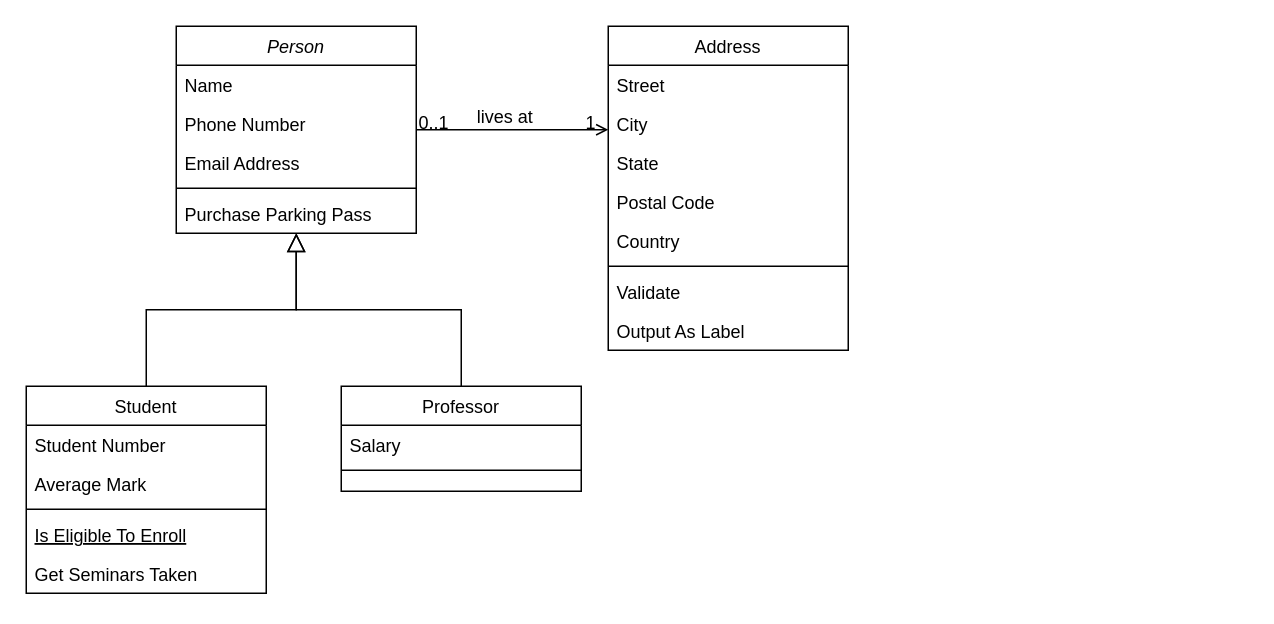
Above: Domain Class Diagram.drawio in Cwengii/NextRole (draw.io), before the change. Source tidied: cells renumbered, new cells numbered last; positions are measured from the earlier drawing's top-left corner, leaving out a move shared by most shapes. Both pictures are drawn from the tidied source at 150%, with x=0, y=0 at pixel (26, 26).
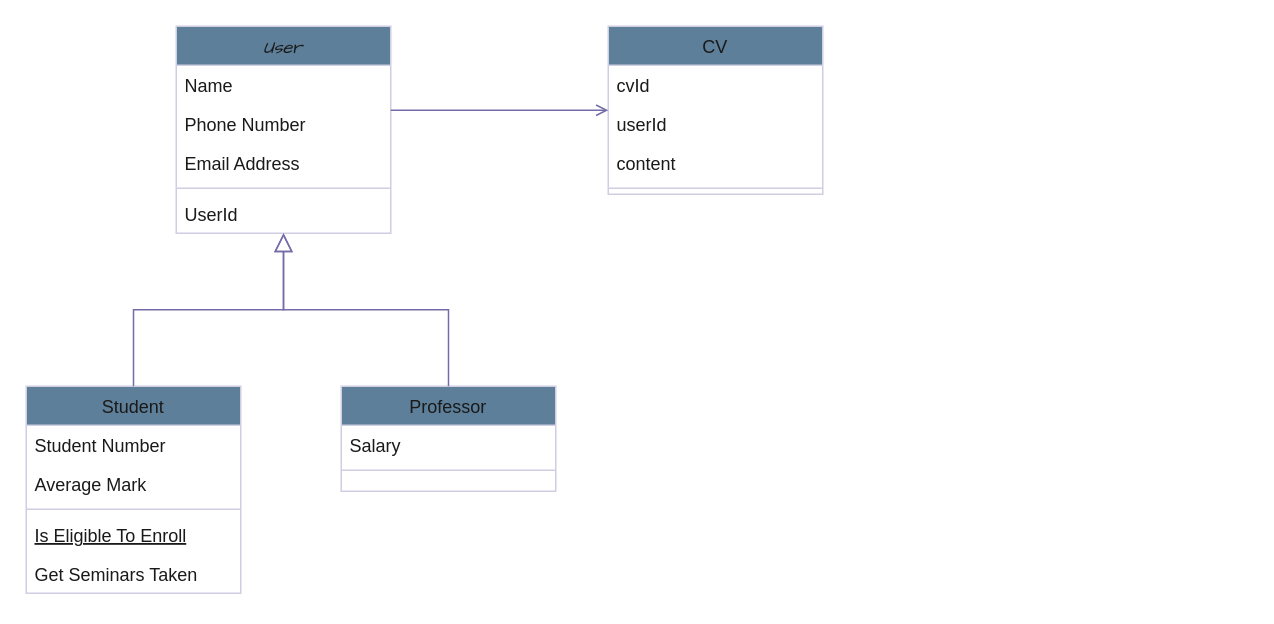
Above is the later version.

The edit, as a diff of the source:
```diff
@@
-    <mxCell id="2" value="Person" style="swimlane;fontStyle=2;align=center;verticalAlign=top;horizontal=1;startSize=26;rounded=0;shadow=0;strokeWidth=1;" parent="1" vertex="1">
-      <mxGeometry x="100" width="160" height="138" as="geometry" />
+    <mxCell id="2" value="User" style="swimlane;fontStyle=2;align=center;verticalAlign=top;horizontal=1;startSize=26;rounded=0;shadow=0;strokeWidth=1;labelBackgroundColor=none;fillColor=#5D7F99;strokeColor=#D0CEE2;fontColor=light-dark(#1A1A1A,#000000);fontFamily=Comic Sans MS;" parent="1" vertex="1">
+      <mxGeometry x="100" width="143" height="138" as="geometry" />
     </mxCell>
-    <mxCell id="3" value="Name" style="text;align=left;verticalAlign=top;spacingLeft=4;spacingRight=4;overflow=hidden;" parent="2" vertex="1">
-      <mxGeometry y="26" width="160" height="26" as="geometry" />
+    <mxCell id="3" value="Name" style="text;align=left;verticalAlign=top;spacingLeft=4;spacingRight=4;overflow=hidden;labelBackgroundColor=none;fontColor=#1A1A1A;" parent="2" vertex="1">
+      <mxGeometry y="26" width="143" height="26" as="geometry" />
     </mxCell>
-    <mxCell id="4" value="Phone Number" style="text;align=left;verticalAlign=top;spacingLeft=4;spacingRight=4;overflow=hidden;rounded=0;shadow=0;html=0;" parent="2" vertex="1">
-      <mxGeometry y="52" width="160" height="26" as="geometry" />
+    <mxCell id="4" value="Phone Number" style="text;align=left;verticalAlign=top;spacingLeft=4;spacingRight=4;overflow=hidden;rounded=0;shadow=0;html=0;labelBackgroundColor=none;fontColor=#1A1A1A;" parent="2" vertex="1">
+      <mxGeometry y="52" width="143" height="26" as="geometry" />
     </mxCell>
-    <mxCell id="5" value="Email Address" style="text;align=left;verticalAlign=top;spacingLeft=4;spacingRight=4;overflow=hidden;rounded=0;shadow=0;html=0;" parent="2" vertex="1">
-      <mxGeometry y="78" width="160" height="26" as="geometry" />
+    <mxCell id="5" value="Email Address" style="text;align=left;verticalAlign=top;spacingLeft=4;spacingRight=4;overflow=hidden;rounded=0;shadow=0;html=0;labelBackgroundColor=none;fontColor=#1A1A1A;" parent="2" vertex="1">
+      <mxGeometry y="78" width="143" height="26" as="geometry" />
     </mxCell>
-    <mxCell id="6" style="line;html=1;strokeWidth=1;align=left;verticalAlign=middle;spacingTop=-1;spacingLeft=3;spacingRight=3;labelPosition=right;" parent="2" vertex="1">
-      <mxGeometry y="104" width="160" height="8" as="geometry" />
+    <mxCell id="6" style="line;html=1;strokeWidth=1;align=left;verticalAlign=middle;spacingTop=-1;spacingLeft=3;spacingRight=3;labelPosition=right;labelBackgroundColor=none;fillColor=#5D7F99;strokeColor=#D0CEE2;fontColor=#1A1A1A;" parent="2" vertex="1">
+      <mxGeometry y="104" width="143" height="8" as="geometry" />
     </mxCell>
-    <mxCell id="7" value="Purchase Parking Pass" style="text;align=left;verticalAlign=top;spacingLeft=4;spacingRight=4;overflow=hidden;" parent="2" vertex="1">
-      <mxGeometry y="112" width="160" height="26" as="geometry" />
+    <mxCell id="7" value="UserId" style="text;align=left;verticalAlign=top;spacingLeft=4;spacingRight=4;overflow=hidden;labelBackgroundColor=none;fontColor=#1A1A1A;" parent="2" vertex="1">
+      <mxGeometry y="112" width="143" height="26" as="geometry" />
     </mxCell>
-    <mxCell id="8" value="Student" style="swimlane;fontStyle=0;align=center;verticalAlign=top;horizontal=1;startSize=26;rounded=0;shadow=0;strokeWidth=1;" parent="1" vertex="1">
-      <mxGeometry y="240" width="160" height="138" as="geometry" />
+    <mxCell id="8" value="Student" style="swimlane;fontStyle=0;align=center;verticalAlign=top;horizontal=1;startSize=26;rounded=0;shadow=0;strokeWidth=1;labelBackgroundColor=none;fillColor=#5D7F99;strokeColor=#D0CEE2;fontColor=#1A1A1A;" parent="1" vertex="1">
+      <mxGeometry y="240" width="143" height="138" as="geometry" />
     </mxCell>
-    <mxCell id="9" value="Student Number" style="text;align=left;verticalAlign=top;spacingLeft=4;spacingRight=4;overflow=hidden;" parent="8" vertex="1">
-      <mxGeometry y="26" width="160" height="26" as="geometry" />
+    <mxCell id="9" value="Student Number" style="text;align=left;verticalAlign=top;spacingLeft=4;spacingRight=4;overflow=hidden;labelBackgroundColor=none;fontColor=#1A1A1A;" parent="8" vertex="1">
+      <mxGeometry y="26" width="143" height="26" as="geometry" />
     </mxCell>
-    <mxCell id="10" value="Average Mark" style="text;align=left;verticalAlign=top;spacingLeft=4;spacingRight=4;overflow=hidden;rounded=0;shadow=0;html=0;" parent="8" vertex="1">
-      <mxGeometry y="52" width="160" height="26" as="geometry" />
+    <mxCell id="10" value="Average Mark" style="text;align=left;verticalAlign=top;spacingLeft=4;spacingRight=4;overflow=hidden;rounded=0;shadow=0;html=0;labelBackgroundColor=none;fontColor=#1A1A1A;" parent="8" vertex="1">
+      <mxGeometry y="52" width="143" height="26" as="geometry" />
     </mxCell>
-    <mxCell id="11" style="line;html=1;strokeWidth=1;align=left;verticalAlign=middle;spacingTop=-1;spacingLeft=3;spacingRight=3;labelPosition=right;" parent="8" vertex="1">
-      <mxGeometry y="78" width="160" height="8" as="geometry" />
+    <mxCell id="11" style="line;html=1;strokeWidth=1;align=left;verticalAlign=middle;spacingTop=-1;spacingLeft=3;spacingRight=3;labelPosition=right;labelBackgroundColor=none;fillColor=#5D7F99;strokeColor=#D0CEE2;fontColor=#1A1A1A;" parent="8" vertex="1">
+      <mxGeometry y="78" width="143" height="8" as="geometry" />
     </mxCell>
-    <mxCell id="12" value="Is Eligible To Enroll" style="text;align=left;verticalAlign=top;spacingLeft=4;spacingRight=4;overflow=hidden;fontStyle=4;" parent="8" vertex="1">
-      <mxGeometry y="86" width="160" height="26" as="geometry" />
+    <mxCell id="12" value="Is Eligible To Enroll" style="text;align=left;verticalAlign=top;spacingLeft=4;spacingRight=4;overflow=hidden;fontStyle=4;labelBackgroundColor=none;fontColor=#1A1A1A;" parent="8" vertex="1">
+      <mxGeometry y="86" width="143" height="26" as="geometry" />
     </mxCell>
-    <mxCell id="13" value="Get Seminars Taken" style="text;align=left;verticalAlign=top;spacingLeft=4;spacingRight=4;overflow=hidden;" parent="8" vertex="1">
-      <mxGeometry y="112" width="160" height="26" as="geometry" />
+    <mxCell id="13" value="Get Seminars Taken" style="text;align=left;verticalAlign=top;spacingLeft=4;spacingRight=4;overflow=hidden;labelBackgroundColor=none;fontColor=#1A1A1A;" parent="8" vertex="1">
+      <mxGeometry y="112" width="143" height="26" as="geometry" />
     </mxCell>
-    <mxCell id="14" style="endArrow=block;endSize=10;endFill=0;shadow=0;strokeWidth=1;rounded=0;curved=0;edgeStyle=elbowEdgeStyle;elbow=vertical;" parent="1" edge="1" source="8" target="2">
+    <mxCell id="14" style="endArrow=block;endSize=10;endFill=0;shadow=0;strokeWidth=1;rounded=0;curved=0;edgeStyle=elbowEdgeStyle;elbow=vertical;labelBackgroundColor=none;strokeColor=#736CA8;fontColor=default;" parent="1" edge="1" source="8" target="2">
       <mxGeometry relative="1" as="geometry" />
     </mxCell>
-    <mxCell id="15" value="Professor" style="swimlane;fontStyle=0;align=center;verticalAlign=top;horizontal=1;startSize=26;rounded=0;shadow=0;strokeWidth=1;" parent="1" vertex="1">
-      <mxGeometry x="210" y="240" width="160" height="70" as="geometry" />
+    <mxCell id="15" value="Professor" style="swimlane;fontStyle=0;align=center;verticalAlign=top;horizontal=1;startSize=26;rounded=0;shadow=0;strokeWidth=1;labelBackgroundColor=none;fillColor=#5D7F99;strokeColor=#D0CEE2;fontColor=#1A1A1A;" parent="1" vertex="1">
+      <mxGeometry x="210" y="240" width="143" height="70" as="geometry" />
     </mxCell>
-    <mxCell id="16" value="Salary" style="text;align=left;verticalAlign=top;spacingLeft=4;spacingRight=4;overflow=hidden;" parent="15" vertex="1">
-      <mxGeometry y="26" width="160" height="26" as="geometry" />
+    <mxCell id="16" value="Salary" style="text;align=left;verticalAlign=top;spacingLeft=4;spacingRight=4;overflow=hidden;labelBackgroundColor=none;fontColor=#1A1A1A;" parent="15" vertex="1">
+      <mxGeometry y="26" width="143" height="26" as="geometry" />
     </mxCell>
-    <mxCell id="17" style="line;html=1;strokeWidth=1;align=left;verticalAlign=middle;spacingTop=-1;spacingLeft=3;spacingRight=3;labelPosition=right;" parent="15" vertex="1">
-      <mxGeometry y="52" width="160" height="8" as="geometry" />
+    <mxCell id="17" style="line;html=1;strokeWidth=1;align=left;verticalAlign=middle;spacingTop=-1;spacingLeft=3;spacingRight=3;labelPosition=right;labelBackgroundColor=none;fillColor=#5D7F99;strokeColor=#D0CEE2;fontColor=#1A1A1A;" parent="15" vertex="1">
+      <mxGeometry y="52" width="143" height="8" as="geometry" />
     </mxCell>
-    <mxCell id="18" style="endArrow=block;endSize=10;endFill=0;shadow=0;strokeWidth=1;rounded=0;curved=0;edgeStyle=elbowEdgeStyle;elbow=vertical;" parent="1" edge="1" source="15" target="2">
+    <mxCell id="18" style="endArrow=block;endSize=10;endFill=0;shadow=0;strokeWidth=1;rounded=0;curved=0;edgeStyle=elbowEdgeStyle;elbow=vertical;labelBackgroundColor=none;strokeColor=#736CA8;fontColor=default;" parent="1" edge="1" source="15" target="2">
       <mxGeometry relative="1" as="geometry" />
     </mxCell>
-    <mxCell id="19" value="Address" style="swimlane;fontStyle=0;align=center;verticalAlign=top;horizontal=1;startSize=26;rounded=0;shadow=0;strokeWidth=1;" parent="1" vertex="1">
-      <mxGeometry x="388" width="160" height="216" as="geometry" />
+    <mxCell id="19" value="CV" style="swimlane;fontStyle=0;align=center;verticalAlign=top;horizontal=1;startSize=26;rounded=0;shadow=0;strokeWidth=1;labelBackgroundColor=none;fillColor=#5D7F99;strokeColor=#D0CEE2;fontColor=light-dark(#1A1A1A,#000000);" parent="1" vertex="1">
+      <mxGeometry x="388" width="143" height="112" as="geometry" />
     </mxCell>
-    <mxCell id="20" value="Street" style="text;align=left;verticalAlign=top;spacingLeft=4;spacingRight=4;overflow=hidden;" parent="19" vertex="1">
-      <mxGeometry y="26" width="160" height="26" as="geometry" />
+    <mxCell id="20" value="cvId" style="text;align=left;verticalAlign=top;spacingLeft=4;spacingRight=4;overflow=hidden;labelBackgroundColor=none;fontColor=#1A1A1A;" parent="19" vertex="1">
+      <mxGeometry y="26" width="143" height="26" as="geometry" />
     </mxCell>
-    <mxCell id="21" value="City" style="text;align=left;verticalAlign=top;spacingLeft=4;spacingRight=4;overflow=hidden;rounded=0;shadow=0;html=0;" parent="19" vertex="1">
-      <mxGeometry y="52" width="160" height="26" as="geometry" />
+    <mxCell id="21" value="userId" style="text;align=left;verticalAlign=top;spacingLeft=4;spacingRight=4;overflow=hidden;rounded=0;shadow=0;html=0;labelBackgroundColor=none;fontColor=#1A1A1A;" parent="19" vertex="1">
+      <mxGeometry y="52" width="143" height="26" as="geometry" />
     </mxCell>
-    <mxCell id="22" value="State" style="text;align=left;verticalAlign=top;spacingLeft=4;spacingRight=4;overflow=hidden;rounded=0;shadow=0;html=0;" parent="19" vertex="1">
-      <mxGeometry y="78" width="160" height="26" as="geometry" />
+    <mxCell id="22" value="content " style="text;align=left;verticalAlign=top;spacingLeft=4;spacingRight=4;overflow=hidden;rounded=0;shadow=0;html=0;labelBackgroundColor=none;fontColor=#1A1A1A;" parent="19" vertex="1">
+      <mxGeometry y="78" width="143" height="26" as="geometry" />
     </mxCell>
-    <mxCell id="23" value="Postal Code" style="text;align=left;verticalAlign=top;spacingLeft=4;spacingRight=4;overflow=hidden;rounded=0;shadow=0;html=0;" parent="19" vertex="1">
-      <mxGeometry y="104" width="160" height="26" as="geometry" />
-    </mxCell>
-    <mxCell id="24" value="Country" style="text;align=left;verticalAlign=top;spacingLeft=4;spacingRight=4;overflow=hidden;rounded=0;shadow=0;html=0;" parent="19" vertex="1">
-      <mxGeometry y="130" width="160" height="26" as="geometry" />
-    </mxCell>
-    <mxCell id="25" style="line;html=1;strokeWidth=1;align=left;verticalAlign=middle;spacingTop=-1;spacingLeft=3;spacingRight=3;labelPosition=right;" parent="19" vertex="1">
-      <mxGeometry y="156" width="160" height="8" as="geometry" />
+    <mxCell id="25" style="line;html=1;strokeWidth=1;align=left;verticalAlign=middle;spacingTop=-1;spacingLeft=3;spacingRight=3;labelPosition=right;labelBackgroundColor=none;fillColor=#5D7F99;strokeColor=#D0CEE2;fontColor=#1A1A1A;" parent="19" vertex="1">
+      <mxGeometry y="104" width="143" height="8" as="geometry" />
     </mxCell>
-    <mxCell id="26" value="Validate" style="text;align=left;verticalAlign=top;spacingLeft=4;spacingRight=4;overflow=hidden;" parent="19" vertex="1">
-      <mxGeometry y="164" width="160" height="26" as="geometry" />
-    </mxCell>
-    <mxCell id="27" value="Output As Label" style="text;align=left;verticalAlign=top;spacingLeft=4;spacingRight=4;overflow=hidden;" parent="19" vertex="1">
-      <mxGeometry y="190" width="160" height="26" as="geometry" />
-    </mxCell>
-    <mxCell id="28" style="endArrow=open;shadow=0;strokeWidth=1;rounded=0;curved=0;endFill=1;edgeStyle=elbowEdgeStyle;elbow=vertical;" parent="1" edge="1" source="2" target="19">
+    <mxCell id="28" style="endArrow=open;shadow=0;strokeWidth=1;rounded=0;curved=0;endFill=1;edgeStyle=elbowEdgeStyle;elbow=vertical;labelBackgroundColor=none;strokeColor=#736CA8;fontColor=default;" parent="1" edge="1" source="2" target="19">
       <mxGeometry x="0.5" y="41" relative="1" as="geometry">
         <mxPoint x="-40" y="32" as="offset" />
       </mxGeometry>
     </mxCell>
-    <mxCell id="29" value="0..1" style="align=left;verticalAlign=bottom;labelBackgroundColor=none;fontSize=12;" parent="28" vertex="1">
-      <mxGeometry x="-1" relative="1" as="geometry">
-        <mxPoint y="4" as="offset" />
-      </mxGeometry>
-    </mxCell>
-    <mxCell id="30" value="1" style="align=right;verticalAlign=bottom;labelBackgroundColor=none;fontSize=12;" parent="28" vertex="1">
-      <mxGeometry x="1" relative="1" as="geometry">
-        <mxPoint x="-7" y="4" as="offset" />
-      </mxGeometry>
-    </mxCell>
-    <mxCell id="31" value="lives at" style="text;html=1;align=center;verticalAlign=middle;labelBackgroundColor=none;rounded=0;shadow=0;strokeWidth=1;fontSize=12;" parent="28" vertex="1">
-      <mxGeometry x="0.5" y="49" relative="1" as="geometry">
-        <mxPoint x="-38" y="40" as="offset" />
-      </mxGeometry>
-    </mxCell>
+    <mxCell id="32" style="shape=table;startSize=0;childLayout=tableLayout;fillColor=none;swimlaneFillColor=light-dark(transparent,#7EA6E0);swimlaneLine=0;strokeColor=none;labelBorderColor=none;" parent="1" vertex="1">
+      <mxGeometry x="645" width="170" height="101" as="geometry" />
+    </mxCell>
+    <mxCell id="33" style="shape=tableRow;horizontal=0;startSize=0;swimlaneHead=0;swimlaneBody=0;strokeColor=inherit;top=0;left=0;bottom=0;right=0;fillColor=none;" parent="32" vertex="1">
+      <mxGeometry width="170" height="34" as="geometry" />
+    </mxCell>
+    <mxCell id="34" style="shape=partialRectangle;html=1;whiteSpace=wrap;strokeColor=inherit;overflow=hidden;fillColor=none;top=0;left=0;bottom=0;right=0;" parent="33" vertex="1">
+      <mxGeometry width="85" height="34" as="geometry" />
+    </mxCell>
+    <mxCell id="35" style="shape=partialRectangle;html=1;whiteSpace=wrap;strokeColor=inherit;overflow=hidden;fillColor=none;top=0;left=0;bottom=0;right=0;" parent="33" vertex="1">
+      <mxGeometry x="85" width="85" height="34" as="geometry" />
+    </mxCell>
+    <mxCell id="36" style="shape=tableRow;horizontal=0;startSize=0;swimlaneHead=0;swimlaneBody=0;strokeColor=inherit;top=0;left=0;bottom=0;right=0;fillColor=none;" parent="32" vertex="1">
+      <mxGeometry y="34" width="170" height="67" as="geometry" />
+    </mxCell>
+    <mxCell id="37" style="shape=partialRectangle;html=1;whiteSpace=wrap;strokeColor=inherit;overflow=hidden;fillColor=none;top=0;left=0;bottom=0;right=0;" parent="36" vertex="1">
+      <mxGeometry width="85" height="67" as="geometry" />
+    </mxCell>
+    <mxCell id="38" style="shape=partialRectangle;html=1;whiteSpace=wrap;strokeColor=inherit;overflow=hidden;fillColor=none;top=0;left=0;bottom=0;right=0;" parent="36" vertex="1">
+      <mxGeometry x="85" width="85" height="67" as="geometry" />
+    </mxCell>
```
